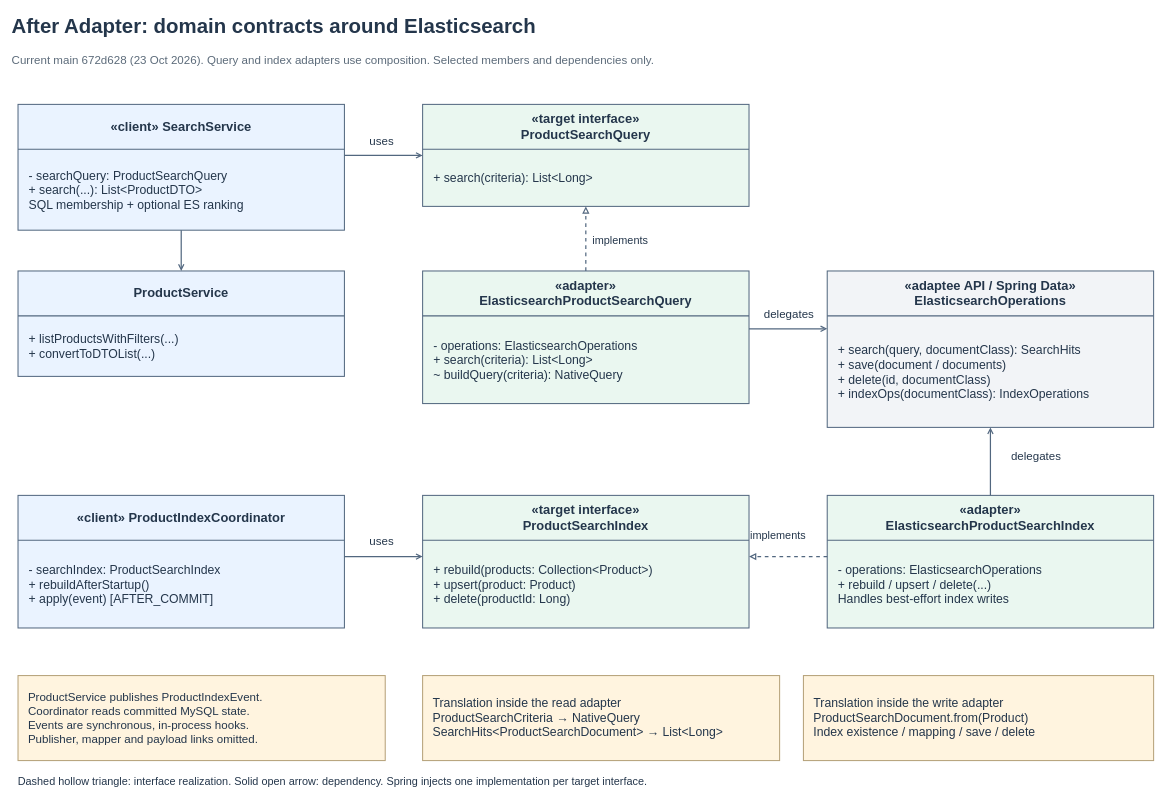
Above: docs/design-patterns/diagrams/m2-adapter/02-after-class.drawio in NUS-SE-34FT-GROUP4/c2cTradePlatform (draw.io), before the change. Source tidied: cells renumbered, new cells numbered last; positions are measured from the earlier drawing's top-left corner, leaving out a move shared by most shapes. Both pictures are drawn from the tidied source at 68%, with x=0, y=0 at pixel (12, 12).
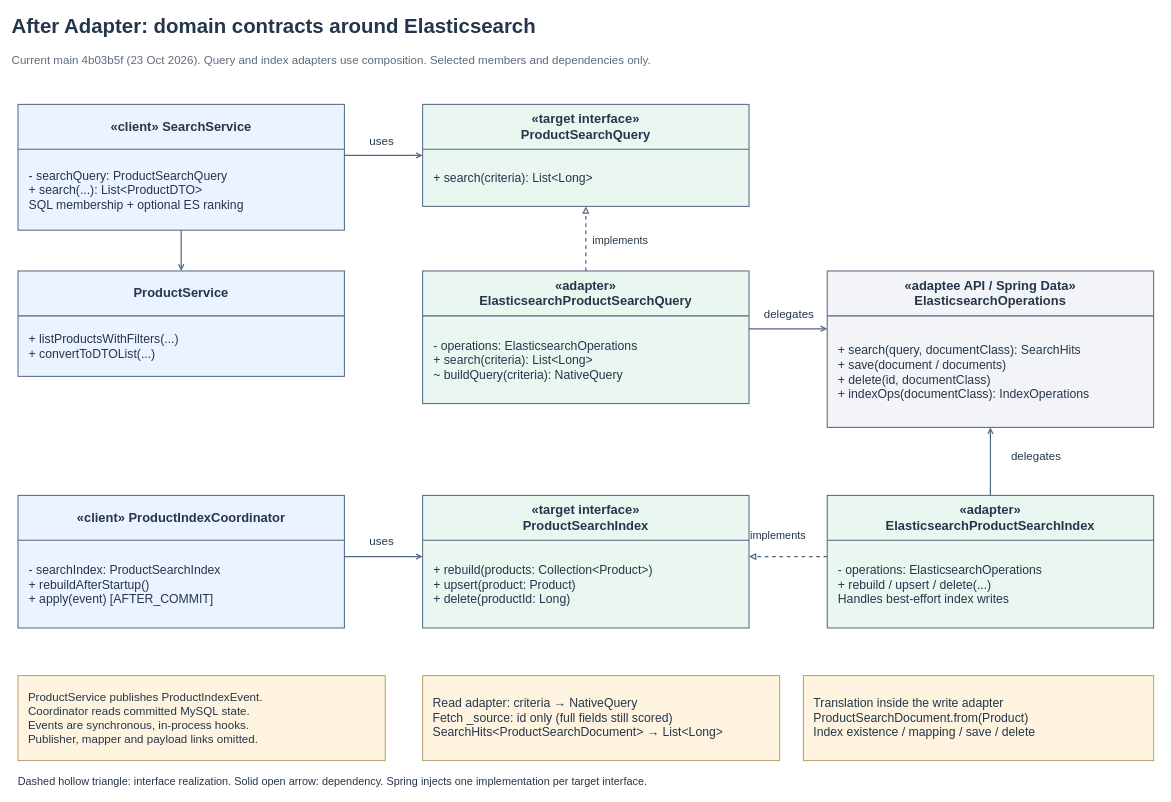
After the change.

Change to the diagram source:
```diff
@@
-    <mxCell id="3" value="Current main 672d628 (23 Oct 2026). Query and index adapters use composition. Selected members and dependencies only." style="text;html=0;whiteSpace=wrap;overflow=hidden;align=left;verticalAlign=middle;fontFamily=Arial;fontSize=17;fontStyle=0;fontColor=#5C6B7A;spacing=0;" parent="1" vertex="1">
+    <mxCell id="3" value="Current main 4b03b5f (23 Oct 2026). Query and index adapters use composition. Selected members and dependencies only." style="text;html=0;whiteSpace=wrap;overflow=hidden;align=left;verticalAlign=middle;fontFamily=Arial;fontSize=17;fontStyle=0;fontColor=#5C6B7A;spacing=0;" parent="1" vertex="1">
       <mxGeometry y="48" width="1688" height="48" as="geometry" />
     </mxCell>
@@
-    <mxCell id="58" value="Translation inside the read adapter&#10;ProductSearchCriteria → NativeQuery&#10;SearchHits&lt;ProductSearchDocument&gt; → List&lt;Long&gt;" style="text;html=0;whiteSpace=wrap;overflow=hidden;align=left;verticalAlign=middle;fontFamily=Arial;fontSize=18;fontStyle=0;fontColor=#24364B;spacing=0;" parent="1" vertex="1">
+    <mxCell id="58" value="Read adapter: criteria → NativeQuery&#10;Fetch _source: id only (full fields still scored)&#10;SearchHits&lt;ProductSearchDocument&gt; → List&lt;Long&gt;" style="text;html=0;whiteSpace=wrap;overflow=hidden;align=left;verticalAlign=middle;fontFamily=Arial;fontSize=18;fontStyle=0;fontColor=#24364B;spacing=0;" parent="1" vertex="1">
       <mxGeometry x="619" y="985" width="495" height="107" as="geometry" />
     </mxCell>
```
